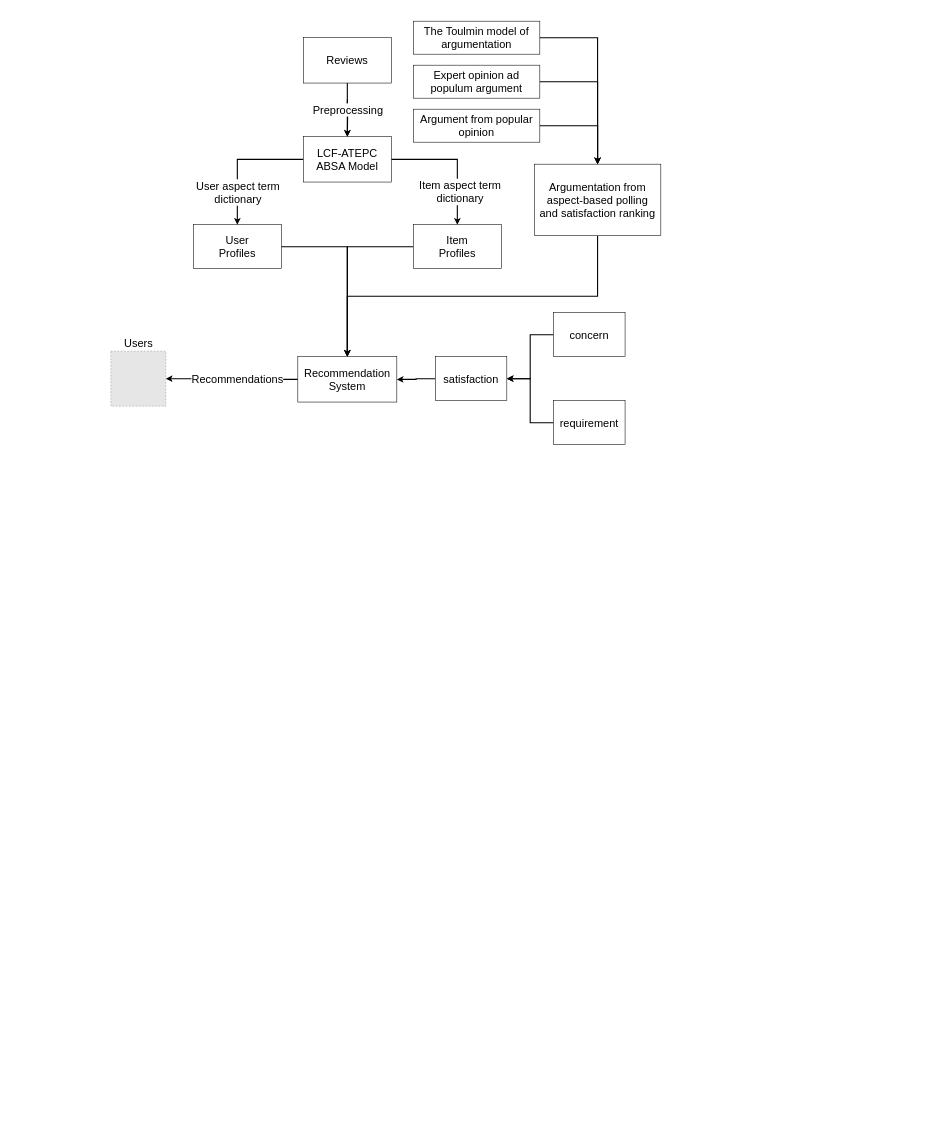
The draw.io diagram thesis_overview.drawio in FengfanHu/Diagram, before the edit. Source tidied: cells renumbered, new cells numbered last; positions are measured from the earlier drawing's top-left corner, leaving out a move shared by most shapes. Both pictures are drawn from the tidied source at 55%, with x=0, y=0 at pixel (111, 21). Pictures stored in the file or linked from it are replaced by grey dashed boxes.
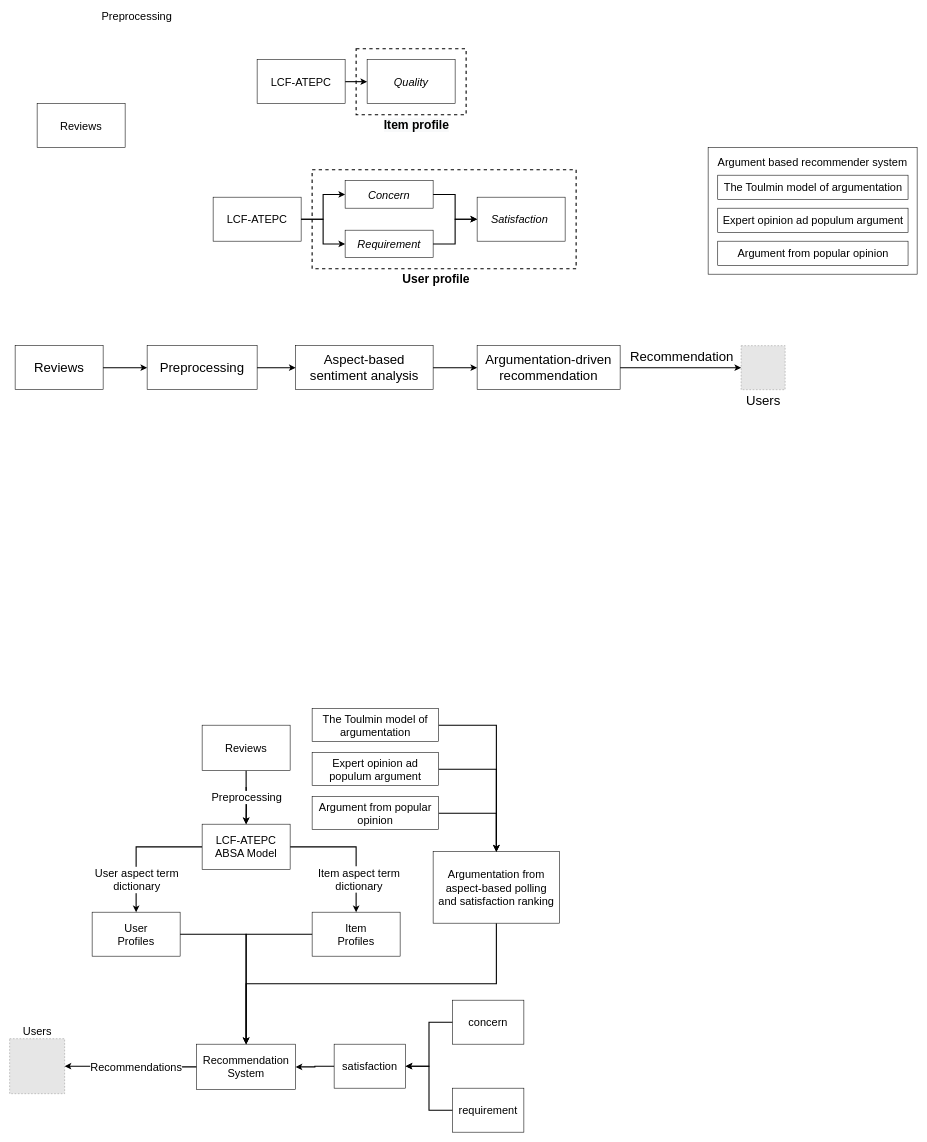
Above is the later version.

Diff of the diagram source:
```diff
@@
+    <mxCell id="33" value="Reviews" style="whiteSpace=wrap;html=1;fontSize=20;" parent="1" vertex="1">
+      <mxGeometry x="-134" y="150" width="160" height="80" as="geometry" />
+    </mxCell>
+    <mxCell id="34" value="Preprocessing" style="edgeLabel;html=1;align=center;verticalAlign=middle;fontSize=20;" parent="1" vertex="1">
+      <mxGeometry x="46" y="-10" as="geometry" />
+    </mxCell>
+    <mxCell id="35" style="group;" parent="1" vertex="1">
+      <mxGeometry x="1086" y="230" width="380" height="230" as="geometry" />
+    </mxCell>
+    <mxCell id="36" value="Argument based recommender system" style="whiteSpace=wrap;html=1;fontSize=20;spacing=10;align=center;verticalAlign=top;" parent="35" vertex="1">
+      <mxGeometry width="380" height="230" as="geometry" />
+    </mxCell>
+    <mxCell id="37" value="The Toulmin model of argumentation" style="whiteSpace=wrap;html=1;fontSize=20;" parent="35" vertex="1">
+      <mxGeometry x="17.5" y="50" width="346" height="44" as="geometry" />
+    </mxCell>
+    <mxCell id="38" value="Expert opinion ad populum argument" style="whiteSpace=wrap;html=1;fontSize=20;" parent="35" vertex="1">
+      <mxGeometry x="17.5" y="110" width="346" height="44" as="geometry" />
+    </mxCell>
+    <mxCell id="39" value="Argument from popular opinion" style="whiteSpace=wrap;html=1;fontSize=20;" parent="35" vertex="1">
+      <mxGeometry x="17.5" y="170" width="346" height="44" as="geometry" />
+    </mxCell>
+    <mxCell id="40" style="edgeStyle=orthogonalEdgeStyle;rounded=0;jettySize=auto;html=1;entryX=0;entryY=0.5;entryDx=0;entryDy=0;fontSize=22;fontColor=none;strokeWidth=2;" parent="1" edge="1" source="41" target="53">
+      <mxGeometry relative="1" as="geometry" />
+    </mxCell>
+    <mxCell id="41" value="LCF-ATEPC" style="whiteSpace=wrap;html=1;fontSize=20;" parent="1" vertex="1">
+      <mxGeometry x="266" y="70" width="160" height="80" as="geometry" />
+    </mxCell>
+    <mxCell id="42" style="group;" parent="1" vertex="1">
+      <mxGeometry x="186" y="270" width="660" height="220" as="geometry" />
+    </mxCell>
+    <mxCell id="43" style="rounded=0;whiteSpace=wrap;html=1;labelBackgroundColor=none;fontColor=none;strokeColor=default;strokeWidth=2;fillColor=none;dashed=1;" parent="42" vertex="1">
+      <mxGeometry x="180" width="480" height="180" as="geometry" />
+    </mxCell>
+    <mxCell id="44" value="LCF-ATEPC" style="whiteSpace=wrap;html=1;fontSize=20;" parent="42" vertex="1">
+      <mxGeometry y="50" width="160" height="80" as="geometry" />
+    </mxCell>
+    <mxCell id="45" value="&lt;i&gt;Concern&lt;/i&gt;" style="whiteSpace=wrap;html=1;fontSize=20;" parent="42" vertex="1">
+      <mxGeometry x="240" y="20" width="160" height="50" as="geometry" />
+    </mxCell>
+    <mxCell id="46" style="edgeStyle=orthogonalEdgeStyle;rounded=0;jettySize=auto;html=1;fontColor=none;strokeWidth=2;" parent="42" edge="1" source="44" target="45">
+      <mxGeometry relative="1" as="geometry" />
+    </mxCell>
+    <mxCell id="47" value="&lt;i&gt;Requirement&lt;/i&gt;" style="whiteSpace=wrap;html=1;fontSize=20;" parent="42" vertex="1">
+      <mxGeometry x="240" y="110" width="160" height="50" as="geometry" />
+    </mxCell>
+    <mxCell id="48" style="edgeStyle=orthogonalEdgeStyle;rounded=0;jettySize=auto;html=1;entryX=0;entryY=0.5;entryDx=0;entryDy=0;fontColor=none;strokeWidth=2;" parent="42" edge="1" source="44" target="47">
+      <mxGeometry relative="1" as="geometry" />
+    </mxCell>
+    <mxCell id="49" value="&lt;i&gt;Satisfaction&amp;nbsp;&lt;/i&gt;" style="whiteSpace=wrap;html=1;fontSize=20;" parent="42" vertex="1">
+      <mxGeometry x="480" y="50" width="160" height="80" as="geometry" />
+    </mxCell>
+    <mxCell id="50" style="edgeStyle=orthogonalEdgeStyle;rounded=0;jettySize=auto;html=1;entryX=0;entryY=0.5;entryDx=0;entryDy=0;fontColor=none;strokeWidth=2;" parent="42" edge="1" source="45" target="49">
+      <mxGeometry relative="1" as="geometry" />
+    </mxCell>
+    <mxCell id="51" style="edgeStyle=orthogonalEdgeStyle;rounded=0;jettySize=auto;html=1;entryX=0;entryY=0.5;entryDx=0;entryDy=0;fontColor=none;strokeWidth=2;" parent="42" edge="1" source="47" target="49">
+      <mxGeometry relative="1" as="geometry" />
+    </mxCell>
+    <mxCell id="52" value="&lt;font style=&quot;font-size: 22px;&quot;&gt;&lt;b&gt;User profile&lt;/b&gt;&lt;/font&gt;" style="text;html=1;align=center;verticalAlign=middle;strokeColor=none;fillColor=none;fontColor=none;" parent="42" vertex="1">
+      <mxGeometry x="330" y="180" width="150" height="40" as="geometry" />
+    </mxCell>
+    <mxCell id="53" value="&lt;i&gt;Quality&lt;/i&gt;" style="whiteSpace=wrap;html=1;fontSize=20;" parent="1" vertex="1">
+      <mxGeometry x="466" y="70" width="160" height="80" as="geometry" />
+    </mxCell>
+    <mxCell id="54" style="rounded=0;whiteSpace=wrap;html=1;labelBackgroundColor=none;fontColor=none;strokeColor=default;strokeWidth=2;fillColor=none;dashed=1;" parent="1" vertex="1">
+      <mxGeometry x="446" y="50" width="200" height="120" as="geometry" />
+    </mxCell>
+    <mxCell id="55" value="&lt;b style=&quot;color: rgb(0, 0, 0); font-family: Helvetica; font-size: 22px; font-style: normal; font-variant-ligatures: normal; font-variant-caps: normal; letter-spacing: normal; orphans: 2; text-indent: 0px; text-transform: none; widows: 2; word-spacing: 0px; -webkit-text-stroke-width: 0px; background-color: rgb(248, 249, 250); text-decoration-thickness: initial; text-decoration-style: initial; text-decoration-color: initial;&quot;&gt;Item profile&lt;/b&gt;" style="text;whiteSpace=wrap;html=1;fontSize=22;fontColor=none;align=center;" parent="1" vertex="1">
+      <mxGeometry x="476" y="170" width="160" height="50" as="geometry" />
+    </mxCell>
+    <mxCell id="56" style="group;" parent="1" vertex="1">
+      <mxGeometry x="-184" y="1250" width="1000" height="770" as="geometry" />
+    </mxCell>
-    <mxCell id="2" value="Users" style="fillColor=#E6E6E6;strokeColor=#999999;dashed=1;html=1;verticalAlign=bottom;verticalLabelPosition=top;labelBackgroundColor=#ffffff;fontSize=20;labelPosition=center;align=center;" parent="1" vertex="1">
+    <mxCell id="2" value="Users" style="fillColor=#E6E6E6;strokeColor=#999999;dashed=1;html=1;verticalAlign=bottom;verticalLabelPosition=top;labelBackgroundColor=#ffffff;fontSize=20;labelPosition=center;align=center;" parent="56" vertex="1">
       <mxGeometry y="600" width="100" height="100" as="geometry" />
     </mxCell>
-    <mxCell id="3" style="edgeStyle=orthogonalEdgeStyle;rounded=0;jettySize=auto;html=1;fontSize=20;strokeWidth=2;" parent="1" edge="1" target="12">
+    <mxCell id="3" style="edgeStyle=orthogonalEdgeStyle;rounded=0;jettySize=auto;html=1;fontSize=20;strokeWidth=2;" parent="56" edge="1" target="12">
       <mxGeometry relative="1" as="geometry">
         <mxPoint x="430" y="142.5" as="sourcePoint" />
       </mxGeometry>
     </mxCell>
-    <mxCell id="4" style="edgeStyle=orthogonalEdgeStyle;rounded=0;jettySize=auto;html=1;fontSize=20;strokeWidth=2;" parent="1" edge="1" source="5" target="18">
-      <mxGeometry relative="1" as="geometry" />
-    </mxCell>
-    <mxCell id="5" value="Item&lt;br&gt;Profiles" style="whiteSpace=wrap;html=1;fontSize=20;" parent="1" vertex="1">
+    <mxCell id="5" value="Item&lt;br&gt;Profiles" style="whiteSpace=wrap;html=1;fontSize=20;" parent="56" vertex="1">
       <mxGeometry x="550" y="370" width="160" height="80" as="geometry" />
     </mxCell>
-    <mxCell id="6" style="edgeStyle=orthogonalEdgeStyle;rounded=0;jettySize=auto;html=1;fontSize=20;strokeWidth=2;" parent="1" edge="1" source="7" target="18">
-      <mxGeometry relative="1" as="geometry" />
-    </mxCell>
-    <mxCell id="7" value="User&lt;br&gt;Profiles" style="whiteSpace=wrap;html=1;fontSize=20;" parent="1" vertex="1">
+    <mxCell id="7" value="User&lt;br&gt;Profiles" style="whiteSpace=wrap;html=1;fontSize=20;" parent="56" vertex="1">
       <mxGeometry x="150" y="370" width="160" height="80" as="geometry" />
     </mxCell>
-    <mxCell id="8" style="edgeStyle=orthogonalEdgeStyle;rounded=0;jettySize=auto;html=1;fontSize=20;strokeWidth=2;" parent="1" edge="1" source="12" target="5">
+    <mxCell id="8" style="edgeStyle=orthogonalEdgeStyle;rounded=0;jettySize=auto;html=1;fontSize=20;strokeWidth=2;" parent="56" edge="1" source="12" target="5">
       <mxGeometry relative="1" as="geometry" />
     </mxCell>
@@
-    <mxCell id="10" style="edgeStyle=orthogonalEdgeStyle;rounded=0;jettySize=auto;html=1;entryX=0.5;entryY=0;entryDx=0;entryDy=0;fontSize=20;strokeWidth=2;" parent="1" edge="1" source="12" target="7">
+    <mxCell id="10" style="edgeStyle=orthogonalEdgeStyle;rounded=0;jettySize=auto;html=1;entryX=0.5;entryY=0;entryDx=0;entryDy=0;fontSize=20;strokeWidth=2;" parent="56" edge="1" source="12" target="7">
       <mxGeometry relative="1" as="geometry" />
     </mxCell>
@@
-    <mxCell id="12" value="LCF-ATEPC&lt;br&gt;ABSA Model" style="whiteSpace=wrap;html=1;fontSize=20;" parent="1" vertex="1">
+    <mxCell id="12" value="LCF-ATEPC&lt;br&gt;ABSA Model" style="whiteSpace=wrap;html=1;fontSize=20;" parent="56" vertex="1">
       <mxGeometry x="350" y="210" width="160" height="82.5" as="geometry" />
     </mxCell>
-    <mxCell id="13" style="edgeStyle=orthogonalEdgeStyle;rounded=0;jettySize=auto;html=1;fontSize=20;strokeWidth=2;" parent="1" edge="1" source="15" target="12">
+    <mxCell id="13" style="edgeStyle=orthogonalEdgeStyle;rounded=0;jettySize=auto;html=1;fontSize=20;strokeWidth=2;" parent="56" edge="1" source="15" target="12">
       <mxGeometry relative="1" as="geometry" />
     </mxCell>
@@
-    <mxCell id="15" value="Reviews" style="whiteSpace=wrap;html=1;fontSize=20;" parent="1" vertex="1">
+    <mxCell id="15" value="Reviews" style="whiteSpace=wrap;html=1;fontSize=20;" parent="56" vertex="1">
       <mxGeometry x="350" y="30" width="160" height="82.5" as="geometry" />
     </mxCell>
-    <mxCell id="16" style="edgeStyle=orthogonalEdgeStyle;rounded=0;jettySize=auto;html=1;entryX=1;entryY=0.5;entryDx=0;entryDy=0;fontSize=20;strokeWidth=2;" parent="1" edge="1" source="18" target="2">
+    <mxCell id="16" style="edgeStyle=orthogonalEdgeStyle;rounded=0;jettySize=auto;html=1;entryX=1;entryY=0.5;entryDx=0;entryDy=0;fontSize=20;strokeWidth=2;" parent="56" edge="1" source="18" target="2">
       <mxGeometry relative="1" as="geometry" />
     </mxCell>
@@
-    <mxCell id="18" value="Recommendation System" style="whiteSpace=wrap;html=1;fontSize=20;" parent="1" vertex="1">
+    <mxCell id="18" value="Recommendation System" style="whiteSpace=wrap;html=1;fontSize=20;" parent="56" vertex="1">
       <mxGeometry x="340" y="610" width="180" height="82.5" as="geometry" />
     </mxCell>
+    <mxCell id="4" style="edgeStyle=orthogonalEdgeStyle;rounded=0;jettySize=auto;html=1;fontSize=20;strokeWidth=2;" parent="56" edge="1" source="5" target="18">
+      <mxGeometry relative="1" as="geometry" />
+    </mxCell>
+    <mxCell id="6" style="edgeStyle=orthogonalEdgeStyle;rounded=0;jettySize=auto;html=1;fontSize=20;strokeWidth=2;" parent="56" edge="1" source="7" target="18">
+      <mxGeometry relative="1" as="geometry" />
+    </mxCell>
-    <mxCell id="19" style="edgeStyle=orthogonalEdgeStyle;rounded=0;jettySize=auto;html=1;entryX=0.5;entryY=0;entryDx=0;entryDy=0;fontSize=20;strokeWidth=2;exitX=0.5;exitY=1;exitDx=0;exitDy=0;" parent="1" edge="1" source="20" target="18">
+    <mxCell id="19" style="edgeStyle=orthogonalEdgeStyle;rounded=0;jettySize=auto;html=1;entryX=0.5;entryY=0;entryDx=0;entryDy=0;fontSize=20;strokeWidth=2;exitX=0.5;exitY=1;exitDx=0;exitDy=0;" parent="56" edge="1" source="20" target="18">
       <mxGeometry relative="1" as="geometry" />
     </mxCell>
-    <mxCell id="20" value="Argumentation from aspect-based polling and satisfaction ranking" style="whiteSpace=wrap;html=1;fontSize=20;spacing=5;" parent="1" vertex="1">
+    <mxCell id="20" value="Argumentation from aspect-based polling and satisfaction ranking" style="whiteSpace=wrap;html=1;fontSize=20;spacing=5;" parent="56" vertex="1">
       <mxGeometry x="770" y="260" width="230" height="130" as="geometry" />
     </mxCell>
-    <mxCell id="21" style="edgeStyle=orthogonalEdgeStyle;rounded=0;jettySize=auto;html=1;entryX=0.5;entryY=0;entryDx=0;entryDy=0;fontSize=20;strokeWidth=2;exitX=1;exitY=0.5;exitDx=0;exitDy=0;" parent="1" edge="1" source="22" target="20">
+    <mxCell id="21" style="edgeStyle=orthogonalEdgeStyle;rounded=0;jettySize=auto;html=1;entryX=0.5;entryY=0;entryDx=0;entryDy=0;fontSize=20;strokeWidth=2;exitX=1;exitY=0.5;exitDx=0;exitDy=0;" parent="56" edge="1" source="22" target="20">
       <mxGeometry relative="1" as="geometry" />
     </mxCell>
-    <mxCell id="22" value="The Toulmin model of argumentation" style="whiteSpace=wrap;html=1;fontSize=20;" parent="1" vertex="1">
+    <mxCell id="22" value="The Toulmin model of argumentation" style="whiteSpace=wrap;html=1;fontSize=20;" parent="56" vertex="1">
       <mxGeometry x="550" width="230" height="60" as="geometry" />
     </mxCell>
-    <mxCell id="23" style="edgeStyle=orthogonalEdgeStyle;rounded=0;jettySize=auto;html=1;fontSize=20;strokeWidth=2;exitX=1;exitY=0.5;exitDx=0;exitDy=0;" parent="1" edge="1" source="24" target="20">
+    <mxCell id="23" style="edgeStyle=orthogonalEdgeStyle;rounded=0;jettySize=auto;html=1;fontSize=20;strokeWidth=2;exitX=1;exitY=0.5;exitDx=0;exitDy=0;" parent="56" edge="1" source="24" target="20">
       <mxGeometry relative="1" as="geometry" />
     </mxCell>
-    <mxCell id="24" value="Argument from popular opinion" style="whiteSpace=wrap;html=1;fontSize=20;" parent="1" vertex="1">
+    <mxCell id="24" value="Argument from popular opinion" style="whiteSpace=wrap;html=1;fontSize=20;" parent="56" vertex="1">
       <mxGeometry x="550" y="160" width="230" height="60" as="geometry" />
     </mxCell>
-    <mxCell id="25" style="edgeStyle=orthogonalEdgeStyle;rounded=0;jettySize=auto;html=1;fontSize=20;strokeWidth=2;exitX=1;exitY=0.5;exitDx=0;exitDy=0;" parent="1" edge="1" source="26" target="20">
+    <mxCell id="25" style="edgeStyle=orthogonalEdgeStyle;rounded=0;jettySize=auto;html=1;fontSize=20;strokeWidth=2;exitX=1;exitY=0.5;exitDx=0;exitDy=0;" parent="56" edge="1" source="26" target="20">
       <mxGeometry relative="1" as="geometry" />
     </mxCell>
-    <mxCell id="26" value="Expert opinion ad populum argument" style="whiteSpace=wrap;html=1;fontSize=20;" parent="1" vertex="1">
+    <mxCell id="26" value="Expert opinion ad populum argument" style="whiteSpace=wrap;html=1;fontSize=20;" parent="56" vertex="1">
       <mxGeometry x="550" y="80" width="230" height="60" as="geometry" />
     </mxCell>
-    <mxCell id="27" style="edgeStyle=orthogonalEdgeStyle;rounded=0;jettySize=auto;html=1;strokeWidth=2;" parent="1" edge="1" source="28" target="32">
-      <mxGeometry relative="1" as="geometry" />
-    </mxCell>
-    <mxCell id="28" value="concern" style="whiteSpace=wrap;html=1;fontSize=20;" parent="1" vertex="1">
+    <mxCell id="28" value="concern" style="whiteSpace=wrap;html=1;fontSize=20;" parent="56" vertex="1">
       <mxGeometry x="805" y="530" width="130" height="80" as="geometry" />
     </mxCell>
-    <mxCell id="29" style="edgeStyle=orthogonalEdgeStyle;rounded=0;jettySize=auto;html=1;strokeWidth=2;" parent="1" edge="1" source="30" target="32">
-      <mxGeometry relative="1" as="geometry" />
-    </mxCell>
-    <mxCell id="30" value="requirement" style="whiteSpace=wrap;html=1;fontSize=20;" parent="1" vertex="1">
+    <mxCell id="30" value="requirement" style="whiteSpace=wrap;html=1;fontSize=20;" parent="56" vertex="1">
       <mxGeometry x="805" y="690" width="130" height="80" as="geometry" />
     </mxCell>
-    <mxCell id="31" style="edgeStyle=orthogonalEdgeStyle;rounded=0;jettySize=auto;html=1;strokeWidth=2;" parent="1" edge="1" source="32" target="18">
+    <mxCell id="31" style="edgeStyle=orthogonalEdgeStyle;rounded=0;jettySize=auto;html=1;strokeWidth=2;" parent="56" edge="1" source="32" target="18">
       <mxGeometry relative="1" as="geometry" />
     </mxCell>
-    <mxCell id="32" value="satisfaction" style="whiteSpace=wrap;html=1;fontSize=20;" parent="1" vertex="1">
+    <mxCell id="32" value="satisfaction" style="whiteSpace=wrap;html=1;fontSize=20;" parent="56" vertex="1">
       <mxGeometry x="590" y="610" width="130" height="80" as="geometry" />
     </mxCell>
+    <mxCell id="27" style="edgeStyle=orthogonalEdgeStyle;rounded=0;jettySize=auto;html=1;strokeWidth=2;" parent="56" edge="1" source="28" target="32">
+      <mxGeometry relative="1" as="geometry" />
+    </mxCell>
+    <mxCell id="29" style="edgeStyle=orthogonalEdgeStyle;rounded=0;jettySize=auto;html=1;strokeWidth=2;" parent="56" edge="1" source="30" target="32">
+      <mxGeometry relative="1" as="geometry" />
+    </mxCell>
+    <mxCell id="57" style="group;" parent="1" vertex="1">
+      <mxGeometry x="-174" y="590" width="1400" height="80" as="geometry" />
+    </mxCell>
+    <mxCell id="58" value="Reviews" style="whiteSpace=wrap;html=1;fontSize=24;" parent="57" vertex="1">
+      <mxGeometry width="160" height="80" as="geometry" />
+    </mxCell>
+    <mxCell id="59" value="Preprocessing" style="whiteSpace=wrap;html=1;fontSize=24;" parent="57" vertex="1">
+      <mxGeometry x="240" width="200" height="80" as="geometry" />
+    </mxCell>
+    <mxCell id="60" style="edgeStyle=orthogonalEdgeStyle;rounded=0;jettySize=auto;html=1;fontSize=24;fontColor=none;strokeWidth=2;" parent="57" edge="1" source="58" target="59">
+      <mxGeometry relative="1" as="geometry" />
+    </mxCell>
+    <mxCell id="61" value="Aspect-based sentiment analysis" style="whiteSpace=wrap;html=1;fontSize=24;" parent="57" vertex="1">
+      <mxGeometry x="510" width="250" height="80" as="geometry" />
+    </mxCell>
+    <mxCell id="62" style="edgeStyle=orthogonalEdgeStyle;rounded=0;jettySize=auto;html=1;fontSize=24;fontColor=none;strokeWidth=2;" parent="57" edge="1" source="59" target="61">
+      <mxGeometry relative="1" as="geometry" />
+    </mxCell>
+    <mxCell id="63" value="Argumentation-driven recommendation" style="whiteSpace=wrap;html=1;fontSize=24;" parent="57" vertex="1">
+      <mxGeometry x="840" width="260" height="80" as="geometry" />
+    </mxCell>
+    <mxCell id="64" style="edgeStyle=orthogonalEdgeStyle;rounded=0;jettySize=auto;html=1;fontSize=24;fontColor=none;strokeWidth=2;" parent="57" edge="1" source="61" target="63">
+      <mxGeometry relative="1" as="geometry" />
+    </mxCell>
+    <mxCell id="65" value="Users" style="fillColor=#E6E6E6;strokeColor=#999999;dashed=1;html=1;verticalAlign=top;verticalLabelPosition=bottom;labelBackgroundColor=#ffffff;fontSize=24;labelPosition=center;align=center;" parent="57" vertex="1">
+      <mxGeometry x="1320" width="80" height="80" as="geometry" />
+    </mxCell>
+    <mxCell id="66" style="edgeStyle=orthogonalEdgeStyle;rounded=0;jettySize=auto;html=1;fontSize=24;fontColor=none;strokeWidth=2;" parent="57" edge="1" source="63" target="65">
+      <mxGeometry relative="1" as="geometry" />
+    </mxCell>
+    <mxCell id="67" value="&lt;font style=&quot;font-size: 24px;&quot;&gt;Recommendation&lt;/font&gt;" style="edgeLabel;html=1;align=center;verticalAlign=middle;fontSize=24;fontColor=none;" parent="66" vertex="1">
+      <mxGeometry x="-0.02" y="-4" relative="1" as="geometry">
+        <mxPoint x="3" y="-24" as="offset" />
+      </mxGeometry>
+    </mxCell>
```
